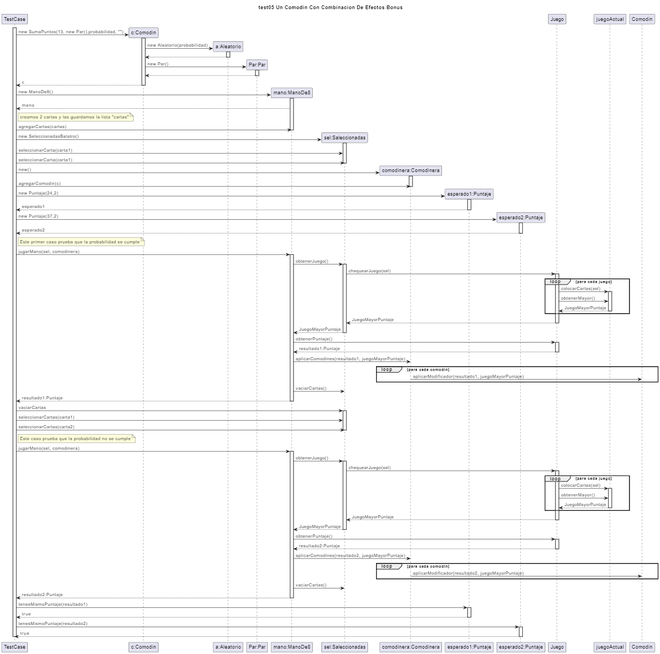
Above: diagrams/sequences/casoDeUso5.png in facukresta/g06-tp2-2c-2024 (PlantUML), before the change. Its source is kept beside it as diagrams/sequences/casoDeUso5.puml.
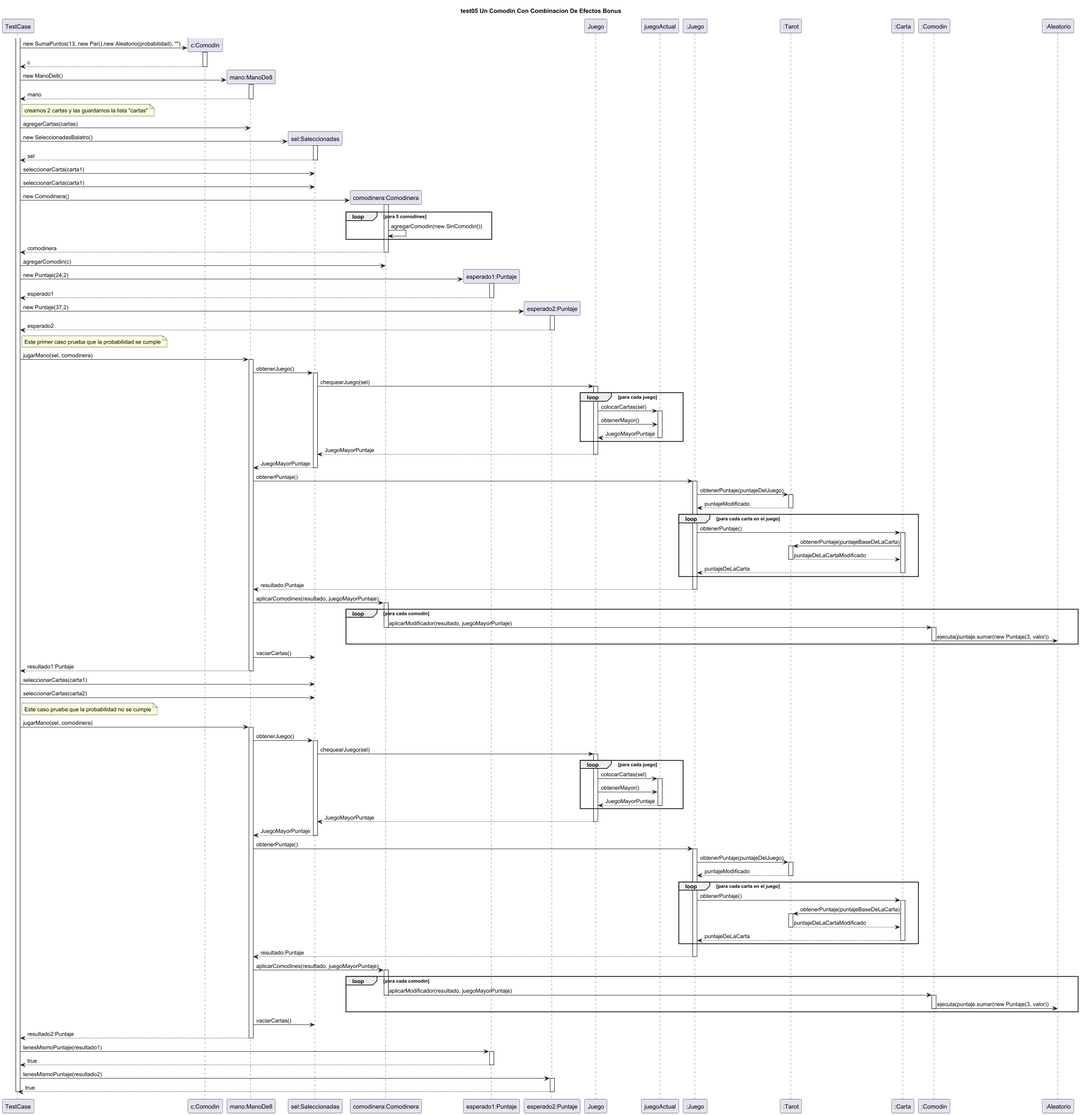
The same diagram one commit later.

What changed in the source:
```diff
@@ -5,17 +5,9 @@
 
 activate TestCase
 
-TestCase -> "c:Comodin" as comodin **: new SumaPuntos(13, new Par(),probabilidad, "")
+TestCase -> "c:Comodin" as comodin **: new SumaPuntos(13, new Par(),new Aleatorio(probabilidad), "")
 
 activate comodin
-comodin -> "a:Aleatorio" as aleatorio **: new Aleatorio(probabilidad)
-activate aleatorio
-comodin <-- aleatorio
-deactivate aleatorio
-comodin -> "Par:Par" as Par ** : new Par()
-activate Par
-comodin <-- Par
-deactivate Par
 TestCase <-- comodin : c
 deactivate comodin
 
@@ -23,20 +15,28 @@
 TestCase -> "mano:ManoDe8" as mano **: new ManoDe8()
 activate mano
 TestCase <-- mano : mano
+deactivate mano
 note right of TestCase: creamos 2 cartas y las guardamos la lista "cartas"
 TestCase -> mano : agregarCartas(cartas)
-deactivate mano
+
 
 TestCase -> "sel:Saleccionadas" as sel ** : new SeleccionadasBalatro()
 activate sel
+TestCase <-- sel :sel
+deactivate sel
 TestCase -> sel : seleccionarCarta(carta1)
 TestCase -> sel : seleccionarCarta(carta1)
 deactivate sel
 
-TestCase -> "comodinera:Comodinera" as comodinera **: new()
+TestCase -> "comodinera:Comodinera" as comodinera **: new Comodinera()
 activate comodinera
+
+loop para 5 comodines
+comodinera -> comodinera  :agregarComodin(new SinComodin())
+end
+TestCase <-- comodinera :comodinera
+deactivate comodinera
 TestCase -> comodinera : agregarComodin(c)
-deactivate comodinera
 
 TestCase -> "esperado1:Puntaje" as esperado1 **: new Puntaje(24,2)
 activate esperado1
@@ -70,26 +70,41 @@
 mano <-- sel : JuegoMayorPuntaje
 deactivate sel
 
-mano -> Juego : obtenerPuntaje()
-activate Juego
-mano <-- Juego : resultado1:Puntaje
-deactivate Juego
+mano -> ":Juego" as escalera : obtenerPuntaje()
+activate escalera
+escalera -> ":Tarot" as tarot :obtenerPuntaje(puntajeDelJuego)
+activate tarot
+escalera <-- tarot :puntajeModificado
+deactivate tarot
+loop para cada carta en el juego
+escalera -> ":Carta" as carta :obtenerPuntaje()
+activate carta
+carta -> tarot :obtenerPuntaje(puntajeBaseDeLaCarta)
+activate tarot
+carta <-- tarot :puntajeDeLaCartaModificado
+deactivate
+escalera <-- carta: puntajeDeLaCarta
+deactivate carta
+end
+mano <-- escalera : resultado:Puntaje
+deactivate escalera
 
-mano -> comodinera : aplicarComodines(resultado1, juegoMayorPuntaje)
+mano -> comodinera : aplicarComodines(resultado, juegoMayorPuntaje)
+activate comodinera
 loop para cada comodin
-comodinera -> "Comodin" : aplicarModificador(resultado1, juegoMayorPuntaje)
+comodinera -> ":Comodin" as comodin3 : aplicarModificador(resultado, juegoMayorPuntaje)
+deactivate comodinera
+activate comodin3
+comodin3 -> ":Aleatorio" as ejecucion : ejecuta(puntaje.sumar(new Puntaje(3, valor))
+deactivate comodin3
 end
 
 mano -> sel: vaciarCartas()
-
 TestCase <-- mano : resultado1:Puntaje
 deactivate mano
 
-TestCase -> sel : vaciarCartas
-activate sel
 TestCase -> sel : seleccionarCartas(carta1)
 TestCase -> sel : seleccionarCartas(carta2)
-deactivate sel
 
 note right of TestCase: Este caso prueba que la probabilidad no se cumple
 TestCase -> mano : jugarMano(sel, comodinera)
@@ -113,14 +128,33 @@
 mano <-- sel : JuegoMayorPuntaje
 deactivate sel
 
-mano -> Juego : obtenerPuntaje()
-activate Juego
-mano <-- Juego : resultado2:Puntaje
-deactivate Juego
+mano -> ":Juego" as escalera : obtenerPuntaje()
+activate escalera
+escalera -> ":Tarot" as tarot :obtenerPuntaje(puntajeDelJuego)
+activate tarot
+escalera <-- tarot :puntajeModificado
+deactivate tarot
+loop para cada carta en el juego
+escalera -> ":Carta" as carta :obtenerPuntaje()
+activate carta
+carta -> tarot :obtenerPuntaje(puntajeBaseDeLaCarta)
+activate tarot
+carta <-- tarot :puntajeDeLaCartaModificado
+deactivate
+escalera <-- carta: puntajeDeLaCarta
+deactivate carta
+end
+mano <-- escalera : resultado:Puntaje
+deactivate escalera
 
-mano -> comodinera : aplicarComodines(resultado2, juegoMayorPuntaje)
+mano -> comodinera : aplicarComodines(resultado, juegoMayorPuntaje)
+activate comodinera
 loop para cada comodin
-comodinera -> "Comodin" : aplicarModificador(resultado2, juegoMayorPuntaje)
+comodinera -> ":Comodin" as comodin3 : aplicarModificador(resultado, juegoMayorPuntaje)
+deactivate comodinera
+activate comodin3
+comodin3 -> ":Aleatorio" as ejecucion : ejecuta(puntaje.sumar(new Puntaje(3, valor))
+deactivate comodin3
 end
 
 mano -> sel: vaciarCartas()
```
